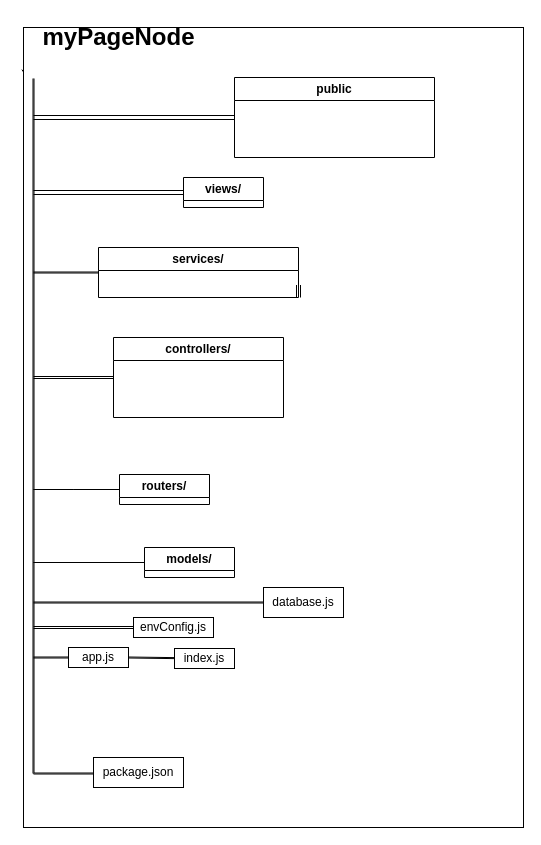
This is .drawio from antorrg/myPageNode, a draw.io file, before an edit. Source tidied: cells renumbered, new cells numbered last; positions are measured from the earlier drawing's top-left corner, leaving out a move shared by most shapes. Both pictures are drawn from the tidied source at 100%, with x=0, y=0 at pixel (23, 17).
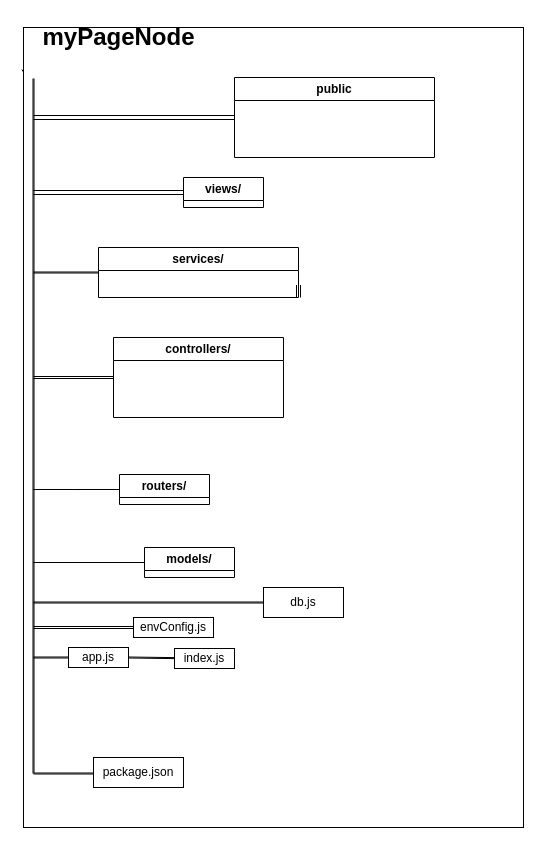
Above is the later version.

The edit, as a diff of the source:
```diff
@@
-    <mxCell id="7" value="database.js" style="rounded=0;whiteSpace=wrap;html=1;" parent="1" vertex="1">
+    <mxCell id="7" value="db.js" style="rounded=0;whiteSpace=wrap;html=1;" parent="1" vertex="1">
       <mxGeometry x="240" y="570" width="80" height="30" as="geometry" />
     </mxCell>
```
